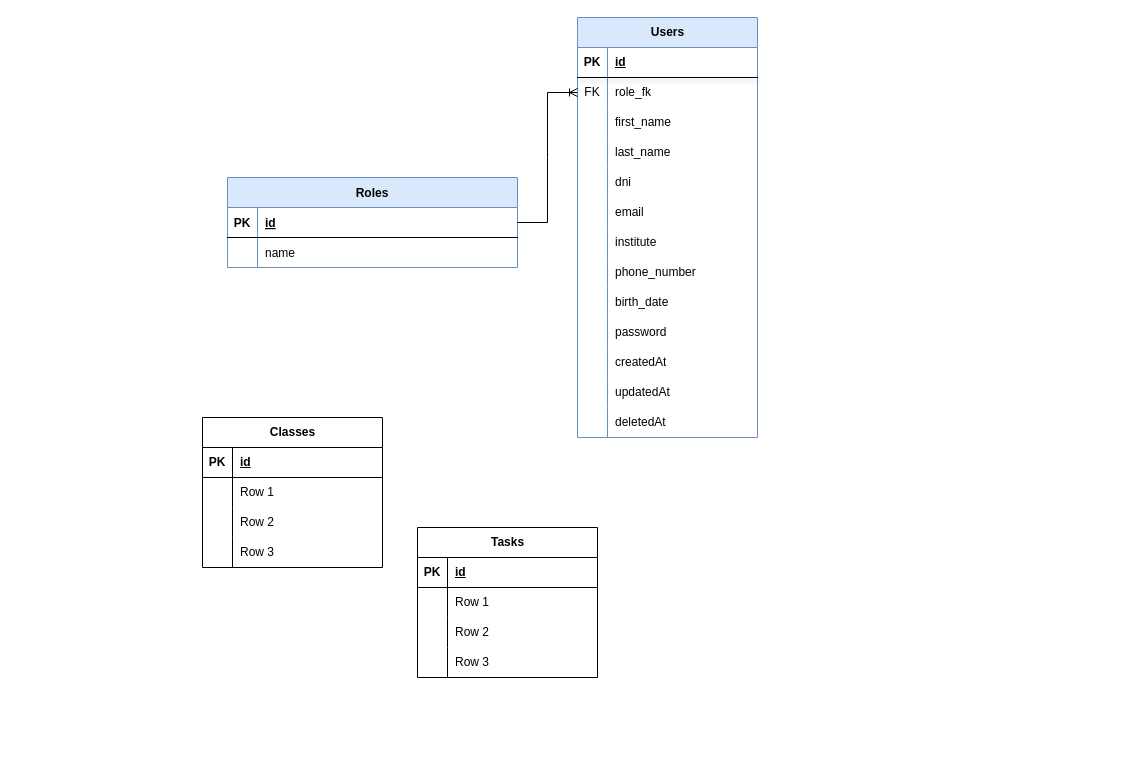
Earlier version of the draw.io diagram Diagrama sin título.drawio (sr-roboto/DIAGRAM_LEXIMATE). Source tidied: cells renumbered, new cells numbered last; positions are measured from the earlier drawing's top-left corner, leaving out a move shared by most shapes. Both pictures are drawn from the tidied source at 100%, with x=0, y=0 at pixel (202, 17).
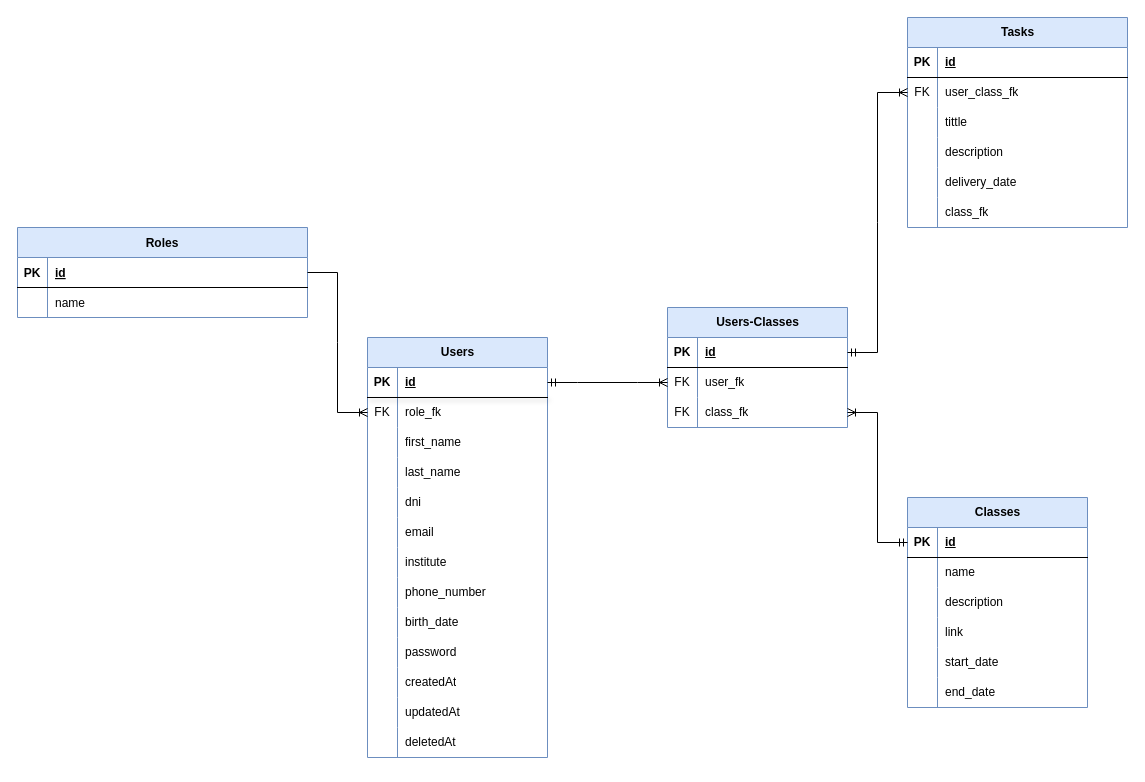
The same page after the edit.

Unchanged cells that the change refers to:
```xml
<mxCell id="10" style="shape=tableRow;horizontal=0;startSize=0;swimlaneHead=0;swimlaneBody=0;fillColor=none;points=[[0,0.5],[1,0.5]];portConstraint=eastwest;top=0;left=0;right=0;bottom=1;shadow=1;" parent="9" vertex="1">
  <mxGeometry y="30" width="180" height="30" as="geometry" />
</mxCell>
<mxCell id="51" style="shape=tableRow;horizontal=0;startSize=0;swimlaneHead=0;swimlaneBody=0;fillColor=none;points=[[0,0.5],[1,0.5]];portConstraint=eastwest;top=0;left=0;right=0;bottom=1;" parent="50" vertex="1">
  <mxGeometry y="30" width="180" height="30" as="geometry" />
</mxCell>
<mxCell id="54" style="shape=tableRow;horizontal=0;startSize=0;swimlaneHead=0;swimlaneBody=0;fillColor=none;top=0;left=0;right=0;bottom=0;" parent="50" vertex="1">
  <mxGeometry y="60" width="180" height="30" as="geometry" />
</mxCell>
<mxCell id="57" style="shape=tableRow;horizontal=0;startSize=0;swimlaneHead=0;swimlaneBody=0;fillColor=none;top=0;left=0;right=0;bottom=0;" parent="50" vertex="1">
  <mxGeometry y="90" width="180" height="30" as="geometry" />
</mxCell>
<mxCell id="60" style="shape=tableRow;horizontal=0;startSize=0;swimlaneHead=0;swimlaneBody=0;fillColor=none;top=0;left=0;right=0;bottom=0;" parent="50" vertex="1">
  <mxGeometry y="120" width="180" height="30" as="geometry" />
</mxCell>
```

The edit, as a diff of the source:
```diff
@@
     <mxCell id="2" value="Roles" style="shape=table;startSize=30;childLayout=tableLayout;rowLines=0;fontStyle=1;align=center;fillColor=#dae8fc;strokeColor=#6c8ebf;" parent="1" vertex="1">
-      <mxGeometry x="25" y="160" width="290" height="90" as="geometry" />
+      <mxGeometry x="-185" y="210" width="290" height="90" as="geometry" />
     </mxCell>
@@
     <mxCell id="9" value="Users" style="shape=table;startSize=30;childLayout=tableLayout;rowLines=0;fontStyle=1;align=center;html=1;fillColor=#dae8fc;strokeColor=#6c8ebf;fillStyle=auto;" parent="1" vertex="1">
-      <mxGeometry x="375" width="180" height="420" as="geometry" />
+      <mxGeometry x="165" y="320" width="180" height="420" as="geometry" />
     </mxCell>
@@
-    <mxCell id="50" value="Classes" style="shape=table;startSize=30;childLayout=tableLayout;rowLines=0;fontStyle=1;align=center;html=1;" parent="1" vertex="1">
-      <mxGeometry y="400" width="180" height="150" as="geometry" />
+    <mxCell id="50" value="Classes" style="shape=table;startSize=30;childLayout=tableLayout;rowLines=0;fontStyle=1;align=center;html=1;fillColor=#dae8fc;strokeColor=#6c8ebf;" parent="1" vertex="1">
+      <mxGeometry x="705" y="480" width="180" height="210" as="geometry" />
     </mxCell>
@@
-    <mxCell id="56" value="Row 1" style="shape=partialRectangle;fillColor=none;top=0;left=0;bottom=0;right=0;align=left;spacingLeft=6;overflow=hidden;whiteSpace=wrap;html=1;" parent="54" vertex="1">
+    <mxCell id="56" value="name" style="shape=partialRectangle;fillColor=none;top=0;left=0;bottom=0;right=0;align=left;spacingLeft=6;overflow=hidden;whiteSpace=wrap;html=1;" parent="54" vertex="1">
       <mxGeometry x="30" width="150" height="30" as="geometry" />
     </mxCell>
@@
-    <mxCell id="59" value="Row 2" style="shape=partialRectangle;fillColor=none;top=0;left=0;bottom=0;right=0;align=left;spacingLeft=6;overflow=hidden;whiteSpace=wrap;html=1;" parent="57" vertex="1">
+    <mxCell id="59" value="description" style="shape=partialRectangle;fillColor=none;top=0;left=0;bottom=0;right=0;align=left;spacingLeft=6;overflow=hidden;whiteSpace=wrap;html=1;" parent="57" vertex="1">
       <mxGeometry x="30" width="150" height="30" as="geometry" />
     </mxCell>
@@
-    <mxCell id="62" value="Row 3" style="shape=partialRectangle;fillColor=none;top=0;left=0;bottom=0;right=0;align=left;spacingLeft=6;overflow=hidden;whiteSpace=wrap;html=1;" parent="60" vertex="1">
+    <mxCell id="62" value="link" style="shape=partialRectangle;fillColor=none;top=0;left=0;bottom=0;right=0;align=left;spacingLeft=6;overflow=hidden;whiteSpace=wrap;html=1;" parent="60" vertex="1">
       <mxGeometry x="30" width="150" height="30" as="geometry" />
     </mxCell>
+    <mxCell id="76" style="shape=tableRow;horizontal=0;startSize=0;swimlaneHead=0;swimlaneBody=0;fillColor=none;top=0;left=0;right=0;bottom=0;" parent="50" vertex="1">
+      <mxGeometry y="150" width="180" height="30" as="geometry" />
+    </mxCell>
+    <mxCell id="77" style="shape=partialRectangle;fillColor=none;top=0;left=0;bottom=0;right=0;overflow=hidden;whiteSpace=wrap;html=1;" parent="76" vertex="1">
+      <mxGeometry width="30" height="30" as="geometry" />
+    </mxCell>
+    <mxCell id="78" value="start_date" style="shape=partialRectangle;fillColor=none;top=0;left=0;bottom=0;right=0;align=left;spacingLeft=6;overflow=hidden;whiteSpace=wrap;html=1;" parent="76" vertex="1">
+      <mxGeometry x="30" width="150" height="30" as="geometry" />
+    </mxCell>
+    <mxCell id="79" style="shape=tableRow;horizontal=0;startSize=0;swimlaneHead=0;swimlaneBody=0;fillColor=none;top=0;left=0;right=0;bottom=0;" parent="50" vertex="1">
+      <mxGeometry y="180" width="180" height="30" as="geometry" />
+    </mxCell>
+    <mxCell id="80" style="shape=partialRectangle;fillColor=none;top=0;left=0;bottom=0;right=0;overflow=hidden;whiteSpace=wrap;html=1;" parent="79" vertex="1">
+      <mxGeometry width="30" height="30" as="geometry" />
+    </mxCell>
+    <mxCell id="81" value="end_date" style="shape=partialRectangle;fillColor=none;top=0;left=0;bottom=0;right=0;align=left;spacingLeft=6;overflow=hidden;whiteSpace=wrap;html=1;" parent="79" vertex="1">
+      <mxGeometry x="30" width="150" height="30" as="geometry" />
+    </mxCell>
-    <mxCell id="63" value="Tasks" style="shape=table;startSize=30;childLayout=tableLayout;rowLines=0;fontStyle=1;align=center;html=1;" parent="1" vertex="1">
-      <mxGeometry x="215" y="510" width="180" height="150" as="geometry" />
+    <mxCell id="63" value="Tasks" style="shape=table;startSize=30;childLayout=tableLayout;rowLines=0;fontStyle=1;align=center;html=1;fillColor=#dae8fc;strokeColor=#6c8ebf;" parent="1" vertex="1">
+      <mxGeometry x="705" width="220" height="210" as="geometry" />
     </mxCell>
     <mxCell id="64" style="shape=tableRow;horizontal=0;startSize=0;swimlaneHead=0;swimlaneBody=0;fillColor=none;top=0;left=0;right=0;bottom=1;" parent="63" vertex="1">
-      <mxGeometry y="30" width="180" height="30" as="geometry" />
+      <mxGeometry y="30" width="220" height="30" as="geometry" />
     </mxCell>
@@
     <mxCell id="66" value="id" style="shape=partialRectangle;fillColor=none;top=0;left=0;bottom=0;right=0;align=left;spacingLeft=6;fontStyle=5;overflow=hidden;whiteSpace=wrap;html=1;" parent="64" vertex="1">
-      <mxGeometry x="30" width="150" height="30" as="geometry" />
+      <mxGeometry x="30" width="190" height="30" as="geometry" />
     </mxCell>
+    <mxCell id="82" style="shape=tableRow;horizontal=0;startSize=0;swimlaneHead=0;swimlaneBody=0;fillColor=none;points=[[0,0.5],[1,0.5]];portConstraint=eastwest;top=0;left=0;right=0;bottom=0;" parent="63" vertex="1">
+      <mxGeometry y="60" width="220" height="30" as="geometry" />
+    </mxCell>
+    <mxCell id="83" value="FK" style="shape=partialRectangle;fillColor=none;top=0;left=0;bottom=0;right=0;overflow=hidden;whiteSpace=wrap;html=1;" parent="82" vertex="1">
+      <mxGeometry width="30" height="30" as="geometry" />
+    </mxCell>
+    <mxCell id="84" value="user_class_fk" style="shape=partialRectangle;fillColor=none;top=0;left=0;bottom=0;right=0;align=left;spacingLeft=6;overflow=hidden;whiteSpace=wrap;html=1;" parent="82" vertex="1">
+      <mxGeometry x="30" width="190" height="30" as="geometry" />
+    </mxCell>
     <mxCell id="67" style="shape=tableRow;horizontal=0;startSize=0;swimlaneHead=0;swimlaneBody=0;fillColor=none;top=0;left=0;right=0;bottom=0;" parent="63" vertex="1">
-      <mxGeometry y="60" width="180" height="30" as="geometry" />
+      <mxGeometry y="90" width="220" height="30" as="geometry" />
     </mxCell>
@@
-    <mxCell id="69" value="Row 1" style="shape=partialRectangle;fillColor=none;top=0;left=0;bottom=0;right=0;align=left;spacingLeft=6;overflow=hidden;whiteSpace=wrap;html=1;" parent="67" vertex="1">
-      <mxGeometry x="30" width="150" height="30" as="geometry" />
+    <mxCell id="69" value="titt&lt;span style=&quot;background-color: initial;&quot;&gt;le&lt;/span&gt;" style="shape=partialRectangle;fillColor=none;top=0;left=0;bottom=0;right=0;align=left;spacingLeft=6;overflow=hidden;whiteSpace=wrap;html=1;" parent="67" vertex="1">
+      <mxGeometry x="30" width="190" height="30" as="geometry" />
     </mxCell>
     <mxCell id="70" style="shape=tableRow;horizontal=0;startSize=0;swimlaneHead=0;swimlaneBody=0;fillColor=none;top=0;left=0;right=0;bottom=0;" parent="63" vertex="1">
-      <mxGeometry y="90" width="180" height="30" as="geometry" />
+      <mxGeometry y="120" width="220" height="30" as="geometry" />
     </mxCell>
@@
-    <mxCell id="72" value="Row 2" style="shape=partialRectangle;fillColor=none;top=0;left=0;bottom=0;right=0;align=left;spacingLeft=6;overflow=hidden;whiteSpace=wrap;html=1;" parent="70" vertex="1">
-      <mxGeometry x="30" width="150" height="30" as="geometry" />
+    <mxCell id="72" value="description" style="shape=partialRectangle;fillColor=none;top=0;left=0;bottom=0;right=0;align=left;spacingLeft=6;overflow=hidden;whiteSpace=wrap;html=1;" parent="70" vertex="1">
+      <mxGeometry x="30" width="190" height="30" as="geometry" />
     </mxCell>
     <mxCell id="73" style="shape=tableRow;horizontal=0;startSize=0;swimlaneHead=0;swimlaneBody=0;fillColor=none;top=0;left=0;right=0;bottom=0;" parent="63" vertex="1">
-      <mxGeometry y="120" width="180" height="30" as="geometry" />
+      <mxGeometry y="150" width="220" height="30" as="geometry" />
     </mxCell>
@@
-    <mxCell id="75" value="Row 3" style="shape=partialRectangle;fillColor=none;top=0;left=0;bottom=0;right=0;align=left;spacingLeft=6;overflow=hidden;whiteSpace=wrap;html=1;" parent="73" vertex="1">
-      <mxGeometry x="30" width="150" height="30" as="geometry" />
+    <mxCell id="75" value="delivery_date" style="shape=partialRectangle;fillColor=none;top=0;left=0;bottom=0;right=0;align=left;spacingLeft=6;overflow=hidden;whiteSpace=wrap;html=1;" parent="73" vertex="1">
+      <mxGeometry x="30" width="190" height="30" as="geometry" />
     </mxCell>
+    <mxCell id="85" style="shape=tableRow;horizontal=0;startSize=0;swimlaneHead=0;swimlaneBody=0;fillColor=none;top=0;left=0;right=0;bottom=0;" parent="63" vertex="1">
+      <mxGeometry y="180" width="220" height="30" as="geometry" />
+    </mxCell>
+    <mxCell id="86" style="shape=partialRectangle;fillColor=none;top=0;left=0;bottom=0;right=0;overflow=hidden;whiteSpace=wrap;html=1;" parent="85" vertex="1">
+      <mxGeometry width="30" height="30" as="geometry" />
+    </mxCell>
+    <mxCell id="87" value="class_fk" style="shape=partialRectangle;fillColor=none;top=0;left=0;bottom=0;right=0;align=left;spacingLeft=6;overflow=hidden;whiteSpace=wrap;html=1;" parent="85" vertex="1">
+      <mxGeometry x="30" width="190" height="30" as="geometry" />
+    </mxCell>
+    <mxCell id="88" value="Users-Classes" style="shape=table;startSize=30;childLayout=tableLayout;rowLines=0;fontStyle=1;align=center;html=1;fillColor=#dae8fc;strokeColor=#6c8ebf;" parent="1" vertex="1">
+      <mxGeometry x="465" y="290" width="180" height="120" as="geometry" />
+    </mxCell>
+    <mxCell id="89" style="shape=tableRow;horizontal=0;startSize=0;swimlaneHead=0;swimlaneBody=0;fillColor=none;points=[[0,0.5],[1,0.5]];portConstraint=eastwest;top=0;left=0;right=0;bottom=1;" parent="88" vertex="1">
+      <mxGeometry y="30" width="180" height="30" as="geometry" />
+    </mxCell>
+    <mxCell id="90" value="PK" style="shape=partialRectangle;fillColor=none;top=0;left=0;bottom=0;right=0;fontStyle=1;overflow=hidden;whiteSpace=wrap;html=1;" parent="89" vertex="1">
+      <mxGeometry width="30" height="30" as="geometry" />
+    </mxCell>
+    <mxCell id="91" value="id" style="shape=partialRectangle;fillColor=none;top=0;left=0;bottom=0;right=0;align=left;spacingLeft=6;fontStyle=5;overflow=hidden;whiteSpace=wrap;html=1;" parent="89" vertex="1">
+      <mxGeometry x="30" width="150" height="30" as="geometry" />
+    </mxCell>
+    <mxCell id="92" style="shape=tableRow;horizontal=0;startSize=0;swimlaneHead=0;swimlaneBody=0;fillColor=none;points=[[0,0.5],[1,0.5]];portConstraint=eastwest;top=0;left=0;right=0;bottom=0;" parent="88" vertex="1">
+      <mxGeometry y="60" width="180" height="30" as="geometry" />
+    </mxCell>
+    <mxCell id="93" value="FK" style="shape=partialRectangle;fillColor=none;top=0;left=0;bottom=0;right=0;overflow=hidden;whiteSpace=wrap;html=1;" parent="92" vertex="1">
+      <mxGeometry width="30" height="30" as="geometry" />
+    </mxCell>
+    <mxCell id="94" value="user_fk" style="shape=partialRectangle;fillColor=none;top=0;left=0;bottom=0;right=0;align=left;spacingLeft=6;overflow=hidden;whiteSpace=wrap;html=1;" parent="92" vertex="1">
+      <mxGeometry x="30" width="150" height="30" as="geometry" />
+    </mxCell>
+    <mxCell id="95" style="shape=tableRow;horizontal=0;startSize=0;swimlaneHead=0;swimlaneBody=0;fillColor=none;points=[[0,0.5],[1,0.5]];portConstraint=eastwest;top=0;left=0;right=0;bottom=0;" parent="88" vertex="1">
+      <mxGeometry y="90" width="180" height="30" as="geometry" />
+    </mxCell>
+    <mxCell id="96" value="FK" style="shape=partialRectangle;fillColor=none;top=0;left=0;bottom=0;right=0;overflow=hidden;whiteSpace=wrap;html=1;" parent="95" vertex="1">
+      <mxGeometry width="30" height="30" as="geometry" />
+    </mxCell>
+    <mxCell id="97" value="class_fk" style="shape=partialRectangle;fillColor=none;top=0;left=0;bottom=0;right=0;align=left;spacingLeft=6;overflow=hidden;whiteSpace=wrap;html=1;" parent="95" vertex="1">
+      <mxGeometry x="30" width="150" height="30" as="geometry" />
+    </mxCell>
+    <mxCell id="98" style="edgeStyle=entityRelationEdgeStyle;fontSize=12;html=1;endArrow=ERoneToMany;startArrow=ERmandOne;rounded=0;exitX=1;exitY=0.5;exitDx=0;exitDy=0;entryX=0;entryY=0.5;entryDx=0;entryDy=0;" parent="1" edge="1" source="10" target="92">
+      <mxGeometry relative="1" as="geometry" />
+    </mxCell>
+    <mxCell id="99" style="edgeStyle=entityRelationEdgeStyle;fontSize=12;html=1;endArrow=ERoneToMany;startArrow=ERmandOne;rounded=0;exitX=0;exitY=0.5;exitDx=0;exitDy=0;entryX=1;entryY=0.5;entryDx=0;entryDy=0;" parent="1" edge="1" source="51" target="95">
+      <mxGeometry relative="1" as="geometry">
+        <Array as="points">
+          <mxPoint x="745" y="100" />
+        </Array>
+      </mxGeometry>
+    </mxCell>
+    <mxCell id="100" style="edgeStyle=entityRelationEdgeStyle;fontSize=12;html=1;endArrow=ERoneToMany;startArrow=ERmandOne;rounded=0;exitX=1;exitY=0.5;exitDx=0;exitDy=0;entryX=0;entryY=0.5;entryDx=0;entryDy=0;" parent="1" edge="1" source="89" target="82">
+      <mxGeometry relative="1" as="geometry" />
+    </mxCell>
```
